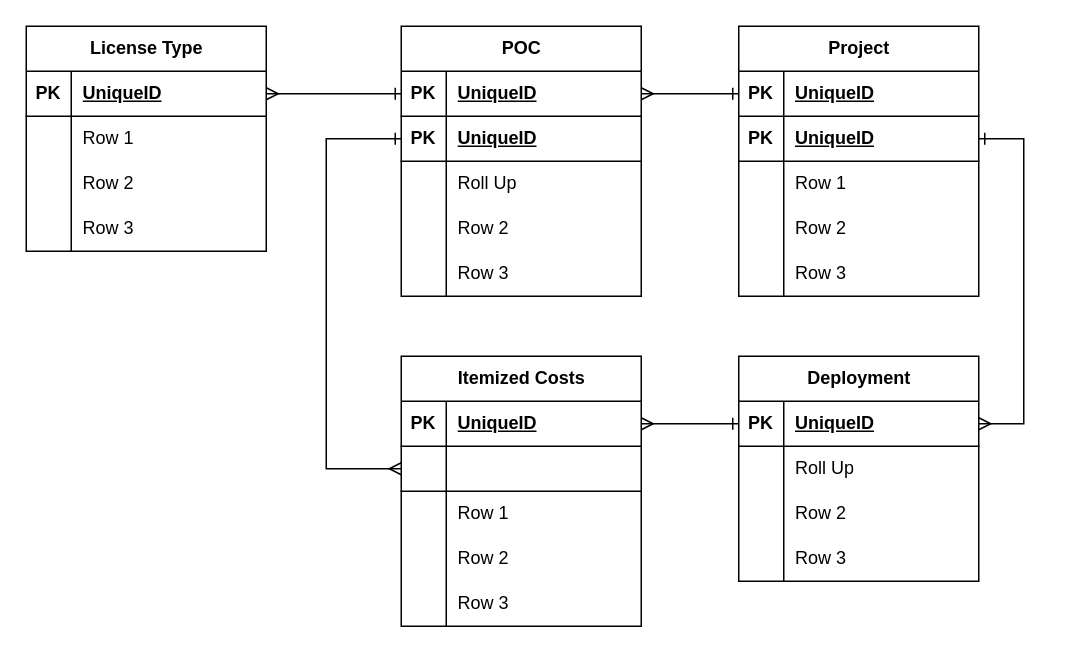
Above: page "Page-1" (1 of 3) of erd-projint-01.drawio in josjreyes/GitInit (draw.io), before the change. Source tidied: cells renumbered, new cells numbered last; positions are measured from the earlier drawing's top-left corner, leaving out a move shared by most shapes. Both pictures are drawn from the tidied source at 150%, with x=0, y=0 at pixel (26, 26).
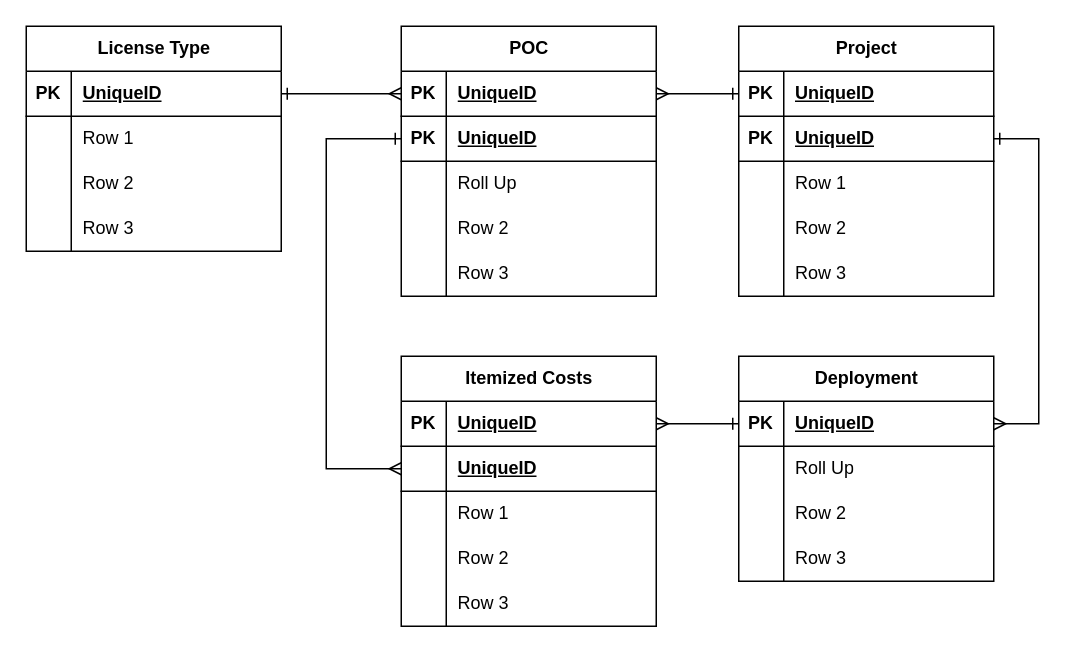
The same page after the edit.

What changed in the source:
```diff
@@
     <mxCell id="2" value="Project" style="shape=table;startSize=30;childLayout=tableLayout;rowLines=0;fontStyle=1;align=center;html=1;" parent="1" vertex="1">
-      <mxGeometry x="475" width="160" height="180" as="geometry" />
+      <mxGeometry x="475" width="170" height="180" as="geometry" />
     </mxCell>
     <mxCell id="3" style="shape=tableRow;horizontal=0;startSize=0;swimlaneHead=0;swimlaneBody=0;fillColor=none;points=[[0,0.5],[1,0.5]];portConstraint=eastwest;top=0;left=0;right=0;bottom=1;" parent="2" vertex="1">
-      <mxGeometry y="30" width="160" height="30" as="geometry" />
+      <mxGeometry y="30" width="170" height="30" as="geometry" />
     </mxCell>
@@
     <mxCell id="5" value="UniqueID" style="shape=partialRectangle;fillColor=none;top=0;left=0;bottom=0;right=0;align=left;spacingLeft=6;fontStyle=5;overflow=hidden;whiteSpace=wrap;html=1;" parent="3" vertex="1">
-      <mxGeometry x="30" width="130" height="30" as="geometry" />
+      <mxGeometry x="30" width="140" height="30" as="geometry" />
     </mxCell>
     <mxCell id="6" style="shape=tableRow;horizontal=0;startSize=0;swimlaneHead=0;swimlaneBody=0;fillColor=none;points=[[0,0.5],[1,0.5]];portConstraint=eastwest;top=0;left=0;right=0;bottom=1;" parent="2" vertex="1">
-      <mxGeometry y="60" width="160" height="30" as="geometry" />
+      <mxGeometry y="60" width="170" height="30" as="geometry" />
     </mxCell>
@@
     <mxCell id="8" value="UniqueID" style="shape=partialRectangle;fillColor=none;top=0;left=0;bottom=0;right=0;align=left;spacingLeft=6;fontStyle=5;overflow=hidden;whiteSpace=wrap;html=1;" parent="6" vertex="1">
-      <mxGeometry x="30" width="130" height="30" as="geometry" />
+      <mxGeometry x="30" width="140" height="30" as="geometry" />
     </mxCell>
     <mxCell id="9" style="shape=tableRow;horizontal=0;startSize=0;swimlaneHead=0;swimlaneBody=0;fillColor=none;top=0;left=0;right=0;bottom=0;" parent="2" vertex="1">
-      <mxGeometry y="90" width="160" height="30" as="geometry" />
+      <mxGeometry y="90" width="170" height="30" as="geometry" />
     </mxCell>
@@
     <mxCell id="11" value="Row 1" style="shape=partialRectangle;fillColor=none;top=0;left=0;bottom=0;right=0;align=left;spacingLeft=6;overflow=hidden;whiteSpace=wrap;html=1;" parent="9" vertex="1">
-      <mxGeometry x="30" width="130" height="30" as="geometry" />
+      <mxGeometry x="30" width="140" height="30" as="geometry" />
     </mxCell>
     <mxCell id="12" style="shape=tableRow;horizontal=0;startSize=0;swimlaneHead=0;swimlaneBody=0;fillColor=none;top=0;left=0;right=0;bottom=0;" parent="2" vertex="1">
-      <mxGeometry y="120" width="160" height="30" as="geometry" />
+      <mxGeometry y="120" width="170" height="30" as="geometry" />
     </mxCell>
@@
     <mxCell id="14" value="Row 2" style="shape=partialRectangle;fillColor=none;top=0;left=0;bottom=0;right=0;align=left;spacingLeft=6;overflow=hidden;whiteSpace=wrap;html=1;" parent="12" vertex="1">
-      <mxGeometry x="30" width="130" height="30" as="geometry" />
+      <mxGeometry x="30" width="140" height="30" as="geometry" />
     </mxCell>
     <mxCell id="15" style="shape=tableRow;horizontal=0;startSize=0;swimlaneHead=0;swimlaneBody=0;fillColor=none;top=0;left=0;right=0;bottom=0;" parent="2" vertex="1">
-      <mxGeometry y="150" width="160" height="30" as="geometry" />
+      <mxGeometry y="150" width="170" height="30" as="geometry" />
     </mxCell>
@@
     <mxCell id="17" value="Row 3" style="shape=partialRectangle;fillColor=none;top=0;left=0;bottom=0;right=0;align=left;spacingLeft=6;overflow=hidden;whiteSpace=wrap;html=1;" parent="15" vertex="1">
-      <mxGeometry x="30" width="130" height="30" as="geometry" />
+      <mxGeometry x="30" width="140" height="30" as="geometry" />
     </mxCell>
     <mxCell id="18" value="License Type" style="shape=table;startSize=30;childLayout=tableLayout;rowLines=0;fontStyle=1;align=center;html=1;" parent="1" vertex="1">
-      <mxGeometry width="160" height="150" as="geometry" />
+      <mxGeometry width="170" height="150" as="geometry" />
     </mxCell>
     <mxCell id="19" style="shape=tableRow;horizontal=0;startSize=0;swimlaneHead=0;swimlaneBody=0;fillColor=none;points=[[0,0.5],[1,0.5]];portConstraint=eastwest;top=0;left=0;right=0;bottom=1;" parent="18" vertex="1">
-      <mxGeometry y="30" width="160" height="30" as="geometry" />
+      <mxGeometry y="30" width="170" height="30" as="geometry" />
     </mxCell>
@@
     <mxCell id="21" value="UniqueID" style="shape=partialRectangle;fillColor=none;top=0;left=0;bottom=0;right=0;align=left;spacingLeft=6;fontStyle=5;overflow=hidden;whiteSpace=wrap;html=1;" parent="19" vertex="1">
-      <mxGeometry x="30" width="130" height="30" as="geometry" />
+      <mxGeometry x="30" width="140" height="30" as="geometry" />
     </mxCell>
     <mxCell id="22" style="shape=tableRow;horizontal=0;startSize=0;swimlaneHead=0;swimlaneBody=0;fillColor=none;top=0;left=0;right=0;bottom=0;" parent="18" vertex="1">
-      <mxGeometry y="60" width="160" height="30" as="geometry" />
+      <mxGeometry y="60" width="170" height="30" as="geometry" />
     </mxCell>
@@
     <mxCell id="24" value="Row 1" style="shape=partialRectangle;fillColor=none;top=0;left=0;bottom=0;right=0;align=left;spacingLeft=6;overflow=hidden;whiteSpace=wrap;html=1;" parent="22" vertex="1">
-      <mxGeometry x="30" width="130" height="30" as="geometry" />
+      <mxGeometry x="30" width="140" height="30" as="geometry" />
     </mxCell>
     <mxCell id="25" style="shape=tableRow;horizontal=0;startSize=0;swimlaneHead=0;swimlaneBody=0;fillColor=none;top=0;left=0;right=0;bottom=0;" parent="18" vertex="1">
-      <mxGeometry y="90" width="160" height="30" as="geometry" />
+      <mxGeometry y="90" width="170" height="30" as="geometry" />
     </mxCell>
@@
     <mxCell id="27" value="Row 2" style="shape=partialRectangle;fillColor=none;top=0;left=0;bottom=0;right=0;align=left;spacingLeft=6;overflow=hidden;whiteSpace=wrap;html=1;" parent="25" vertex="1">
-      <mxGeometry x="30" width="130" height="30" as="geometry" />
+      <mxGeometry x="30" width="140" height="30" as="geometry" />
     </mxCell>
     <mxCell id="28" style="shape=tableRow;horizontal=0;startSize=0;swimlaneHead=0;swimlaneBody=0;fillColor=none;top=0;left=0;right=0;bottom=0;" parent="18" vertex="1">
-      <mxGeometry y="120" width="160" height="30" as="geometry" />
+      <mxGeometry y="120" width="170" height="30" as="geometry" />
     </mxCell>
@@
     <mxCell id="30" value="Row 3" style="shape=partialRectangle;fillColor=none;top=0;left=0;bottom=0;right=0;align=left;spacingLeft=6;overflow=hidden;whiteSpace=wrap;html=1;" parent="28" vertex="1">
-      <mxGeometry x="30" width="130" height="30" as="geometry" />
+      <mxGeometry x="30" width="140" height="30" as="geometry" />
     </mxCell>
-    <mxCell id="31" style="edgeStyle=entityRelationEdgeStyle;fontSize=12;html=1;endArrow=ERone;startArrow=ERmany;rounded=0;exitX=1;exitY=0.5;exitDx=0;exitDy=0;startFill=0;entryX=0;entryY=0.5;entryDx=0;entryDy=0;endFill=0;" parent="1" edge="1" source="19" target="46">
+    <mxCell id="31" style="edgeStyle=entityRelationEdgeStyle;fontSize=12;html=1;endArrow=ERmany;startArrow=ERone;rounded=0;exitX=1;exitY=0.5;exitDx=0;exitDy=0;startFill=0;entryX=0;entryY=0.5;entryDx=0;entryDy=0;endFill=0;" parent="1" edge="1" source="19" target="46">
       <mxGeometry relative="1" as="geometry">
         <Array as="points">
           <mxPoint x="224.9" y="490" />
           <mxPoint x="214.9" y="490" />
         </Array>
       </mxGeometry>
     </mxCell>
     <mxCell id="32" value="Deployment" style="shape=table;startSize=30;childLayout=tableLayout;rowLines=0;fontStyle=1;align=center;html=1;" parent="1" vertex="1">
-      <mxGeometry x="475" y="220" width="160" height="150" as="geometry" />
+      <mxGeometry x="475" y="220" width="170" height="150" as="geometry" />
     </mxCell>
     <mxCell id="33" style="shape=tableRow;horizontal=0;startSize=0;swimlaneHead=0;swimlaneBody=0;fillColor=none;points=[[0,0.5],[1,0.5]];portConstraint=eastwest;top=0;left=0;right=0;bottom=1;" parent="32" vertex="1">
-      <mxGeometry y="30" width="160" height="30" as="geometry" />
+      <mxGeometry y="30" width="170" height="30" as="geometry" />
     </mxCell>
@@
     <mxCell id="35" value="UniqueID" style="shape=partialRectangle;fillColor=none;top=0;left=0;bottom=0;right=0;align=left;spacingLeft=6;fontStyle=5;overflow=hidden;whiteSpace=wrap;html=1;" parent="33" vertex="1">
-      <mxGeometry x="30" width="130" height="30" as="geometry" />
+      <mxGeometry x="30" width="140" height="30" as="geometry" />
     </mxCell>
     <mxCell id="36" style="shape=tableRow;horizontal=0;startSize=0;swimlaneHead=0;swimlaneBody=0;fillColor=none;top=0;left=0;right=0;bottom=0;" parent="32" vertex="1">
-      <mxGeometry y="60" width="160" height="30" as="geometry" />
+      <mxGeometry y="60" width="170" height="30" as="geometry" />
     </mxCell>
@@
     <mxCell id="38" value="Roll Up" style="shape=partialRectangle;fillColor=none;top=0;left=0;bottom=0;right=0;align=left;spacingLeft=6;overflow=hidden;whiteSpace=wrap;html=1;" parent="36" vertex="1">
-      <mxGeometry x="30" width="130" height="30" as="geometry" />
+      <mxGeometry x="30" width="140" height="30" as="geometry" />
     </mxCell>
     <mxCell id="39" style="shape=tableRow;horizontal=0;startSize=0;swimlaneHead=0;swimlaneBody=0;fillColor=none;top=0;left=0;right=0;bottom=0;" parent="32" vertex="1">
-      <mxGeometry y="90" width="160" height="30" as="geometry" />
+      <mxGeometry y="90" width="170" height="30" as="geometry" />
     </mxCell>
@@
     <mxCell id="41" value="Row 2" style="shape=partialRectangle;fillColor=none;top=0;left=0;bottom=0;right=0;align=left;spacingLeft=6;overflow=hidden;whiteSpace=wrap;html=1;" parent="39" vertex="1">
-      <mxGeometry x="30" width="130" height="30" as="geometry" />
+      <mxGeometry x="30" width="140" height="30" as="geometry" />
     </mxCell>
     <mxCell id="42" style="shape=tableRow;horizontal=0;startSize=0;swimlaneHead=0;swimlaneBody=0;fillColor=none;top=0;left=0;right=0;bottom=0;" parent="32" vertex="1">
-      <mxGeometry y="120" width="160" height="30" as="geometry" />
+      <mxGeometry y="120" width="170" height="30" as="geometry" />
     </mxCell>
@@
     <mxCell id="44" value="Row 3" style="shape=partialRectangle;fillColor=none;top=0;left=0;bottom=0;right=0;align=left;spacingLeft=6;overflow=hidden;whiteSpace=wrap;html=1;" parent="42" vertex="1">
-      <mxGeometry x="30" width="130" height="30" as="geometry" />
+      <mxGeometry x="30" width="140" height="30" as="geometry" />
     </mxCell>
     <mxCell id="45" value="POC" style="shape=table;startSize=30;childLayout=tableLayout;rowLines=0;fontStyle=1;align=center;html=1;" parent="1" vertex="1">
-      <mxGeometry x="250" width="160" height="180" as="geometry" />
+      <mxGeometry x="250" width="170" height="180" as="geometry" />
     </mxCell>
     <mxCell id="46" style="shape=tableRow;horizontal=0;startSize=0;swimlaneHead=0;swimlaneBody=0;fillColor=none;points=[[0,0.5],[1,0.5]];portConstraint=eastwest;top=0;left=0;right=0;bottom=1;" parent="45" vertex="1">
-      <mxGeometry y="30" width="160" height="30" as="geometry" />
+      <mxGeometry y="30" width="170" height="30" as="geometry" />
     </mxCell>
@@
     <mxCell id="48" value="UniqueID" style="shape=partialRectangle;fillColor=none;top=0;left=0;bottom=0;right=0;align=left;spacingLeft=6;fontStyle=5;overflow=hidden;whiteSpace=wrap;html=1;" parent="46" vertex="1">
-      <mxGeometry x="30" width="130" height="30" as="geometry" />
+      <mxGeometry x="30" width="140" height="30" as="geometry" />
     </mxCell>
     <mxCell id="49" style="shape=tableRow;horizontal=0;startSize=0;swimlaneHead=0;swimlaneBody=0;fillColor=none;points=[[0,0.5],[1,0.5]];portConstraint=eastwest;top=0;left=0;right=0;bottom=1;" parent="45" vertex="1">
-      <mxGeometry y="60" width="160" height="30" as="geometry" />
+      <mxGeometry y="60" width="170" height="30" as="geometry" />
     </mxCell>
@@
     <mxCell id="51" value="UniqueID" style="shape=partialRectangle;fillColor=none;top=0;left=0;bottom=0;right=0;align=left;spacingLeft=6;fontStyle=5;overflow=hidden;whiteSpace=wrap;html=1;" parent="49" vertex="1">
-      <mxGeometry x="30" width="130" height="30" as="geometry" />
+      <mxGeometry x="30" width="140" height="30" as="geometry" />
     </mxCell>
     <mxCell id="52" style="shape=tableRow;horizontal=0;startSize=0;swimlaneHead=0;swimlaneBody=0;fillColor=none;top=0;left=0;right=0;bottom=0;" parent="45" vertex="1">
-      <mxGeometry y="90" width="160" height="30" as="geometry" />
+      <mxGeometry y="90" width="170" height="30" as="geometry" />
     </mxCell>
@@
     <mxCell id="54" value="Roll Up" style="shape=partialRectangle;fillColor=none;top=0;left=0;bottom=0;right=0;align=left;spacingLeft=6;overflow=hidden;whiteSpace=wrap;html=1;" parent="52" vertex="1">
-      <mxGeometry x="30" width="130" height="30" as="geometry" />
+      <mxGeometry x="30" width="140" height="30" as="geometry" />
     </mxCell>
     <mxCell id="55" style="shape=tableRow;horizontal=0;startSize=0;swimlaneHead=0;swimlaneBody=0;fillColor=none;top=0;left=0;right=0;bottom=0;" parent="45" vertex="1">
-      <mxGeometry y="120" width="160" height="30" as="geometry" />
+      <mxGeometry y="120" width="170" height="30" as="geometry" />
     </mxCell>
@@
     <mxCell id="57" value="Row 2" style="shape=partialRectangle;fillColor=none;top=0;left=0;bottom=0;right=0;align=left;spacingLeft=6;overflow=hidden;whiteSpace=wrap;html=1;" parent="55" vertex="1">
-      <mxGeometry x="30" width="130" height="30" as="geometry" />
+      <mxGeometry x="30" width="140" height="30" as="geometry" />
     </mxCell>
     <mxCell id="58" style="shape=tableRow;horizontal=0;startSize=0;swimlaneHead=0;swimlaneBody=0;fillColor=none;top=0;left=0;right=0;bottom=0;" parent="45" vertex="1">
-      <mxGeometry y="150" width="160" height="30" as="geometry" />
+      <mxGeometry y="150" width="170" height="30" as="geometry" />
     </mxCell>
@@
     <mxCell id="60" value="Row 3" style="shape=partialRectangle;fillColor=none;top=0;left=0;bottom=0;right=0;align=left;spacingLeft=6;overflow=hidden;whiteSpace=wrap;html=1;" parent="58" vertex="1">
-      <mxGeometry x="30" width="130" height="30" as="geometry" />
+      <mxGeometry x="30" width="140" height="30" as="geometry" />
     </mxCell>
@@
     <mxCell id="62" value="Itemized Costs" style="shape=table;startSize=30;childLayout=tableLayout;rowLines=0;fontStyle=1;align=center;html=1;" parent="1" vertex="1">
-      <mxGeometry x="250" y="220" width="160" height="180" as="geometry" />
+      <mxGeometry x="250" y="220" width="170" height="180" as="geometry" />
     </mxCell>
     <mxCell id="63" style="shape=tableRow;horizontal=0;startSize=0;swimlaneHead=0;swimlaneBody=0;fillColor=none;points=[[0,0.5],[1,0.5]];portConstraint=eastwest;top=0;left=0;right=0;bottom=1;" parent="62" vertex="1">
-      <mxGeometry y="30" width="160" height="30" as="geometry" />
+      <mxGeometry y="30" width="170" height="30" as="geometry" />
     </mxCell>
@@
     <mxCell id="65" value="UniqueID" style="shape=partialRectangle;fillColor=none;top=0;left=0;bottom=0;right=0;align=left;spacingLeft=6;fontStyle=5;overflow=hidden;whiteSpace=wrap;html=1;" parent="63" vertex="1">
-      <mxGeometry x="30" width="130" height="30" as="geometry" />
+      <mxGeometry x="30" width="140" height="30" as="geometry" />
     </mxCell>
     <mxCell id="66" style="shape=tableRow;horizontal=0;startSize=0;swimlaneHead=0;swimlaneBody=0;fillColor=none;points=[[0,0.5],[1,0.5]];portConstraint=eastwest;top=0;left=0;right=0;bottom=1;" parent="62" vertex="1">
-      <mxGeometry y="60" width="160" height="30" as="geometry" />
+      <mxGeometry y="60" width="170" height="30" as="geometry" />
     </mxCell>
@@
-    <mxCell id="68" style="shape=partialRectangle;fillColor=none;top=0;left=0;bottom=0;right=0;align=left;spacingLeft=6;fontStyle=5;overflow=hidden;whiteSpace=wrap;html=1;" parent="66" vertex="1">
-      <mxGeometry x="30" width="130" height="30" as="geometry" />
+    <mxCell id="68" value="UniqueID" style="shape=partialRectangle;fillColor=none;top=0;left=0;bottom=0;right=0;align=left;spacingLeft=6;fontStyle=5;overflow=hidden;whiteSpace=wrap;html=1;" parent="66" vertex="1">
+      <mxGeometry x="30" width="140" height="30" as="geometry" />
     </mxCell>
     <mxCell id="69" style="shape=tableRow;horizontal=0;startSize=0;swimlaneHead=0;swimlaneBody=0;fillColor=none;top=0;left=0;right=0;bottom=0;" parent="62" vertex="1">
-      <mxGeometry y="90" width="160" height="30" as="geometry" />
+      <mxGeometry y="90" width="170" height="30" as="geometry" />
     </mxCell>
@@
     <mxCell id="71" value="Row 1" style="shape=partialRectangle;fillColor=none;top=0;left=0;bottom=0;right=0;align=left;spacingLeft=6;overflow=hidden;whiteSpace=wrap;html=1;" parent="69" vertex="1">
-      <mxGeometry x="30" width="130" height="30" as="geometry" />
+      <mxGeometry x="30" width="140" height="30" as="geometry" />
     </mxCell>
     <mxCell id="72" style="shape=tableRow;horizontal=0;startSize=0;swimlaneHead=0;swimlaneBody=0;fillColor=none;top=0;left=0;right=0;bottom=0;" parent="62" vertex="1">
-      <mxGeometry y="120" width="160" height="30" as="geometry" />
+      <mxGeometry y="120" width="170" height="30" as="geometry" />
     </mxCell>
@@
     <mxCell id="74" value="Row 2" style="shape=partialRectangle;fillColor=none;top=0;left=0;bottom=0;right=0;align=left;spacingLeft=6;overflow=hidden;whiteSpace=wrap;html=1;" parent="72" vertex="1">
-      <mxGeometry x="30" width="130" height="30" as="geometry" />
+      <mxGeometry x="30" width="140" height="30" as="geometry" />
     </mxCell>
     <mxCell id="75" style="shape=tableRow;horizontal=0;startSize=0;swimlaneHead=0;swimlaneBody=0;fillColor=none;top=0;left=0;right=0;bottom=0;" parent="62" vertex="1">
-      <mxGeometry y="150" width="160" height="30" as="geometry" />
+      <mxGeometry y="150" width="170" height="30" as="geometry" />
     </mxCell>
@@
     <mxCell id="77" value="Row 3" style="shape=partialRectangle;fillColor=none;top=0;left=0;bottom=0;right=0;align=left;spacingLeft=6;overflow=hidden;whiteSpace=wrap;html=1;" parent="75" vertex="1">
-      <mxGeometry x="30" width="130" height="30" as="geometry" />
+      <mxGeometry x="30" width="140" height="30" as="geometry" />
     </mxCell>
```
